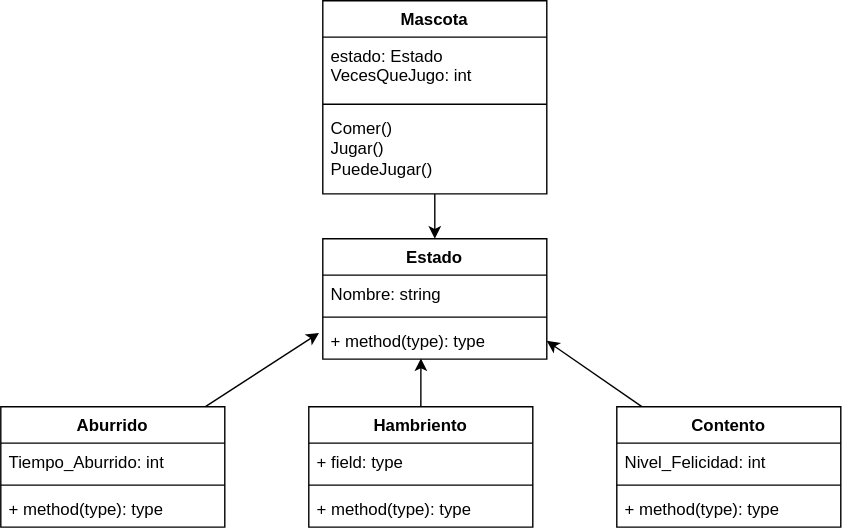
The draw.io diagram Biblioteca/diagrama.drawio.svg in LuzIbarra7/Laboratorio-5, before a commit. Source tidied: cells renumbered, new cells last; positions are measured from the earlier drawing's top-left corner, leaving out a move shared by most shapes.
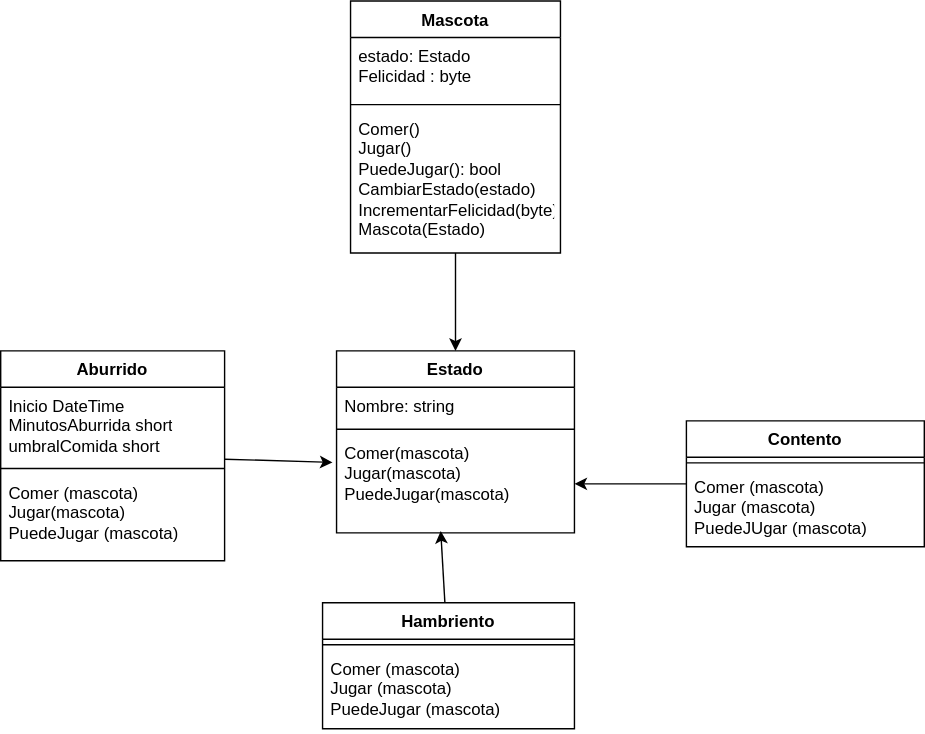
The same file after the commit.

Change to the diagram source:
```diff
@@ -6,67 +6,61 @@
       <mxGeometry relative="1" as="geometry" />
     </mxCell>
     <mxCell id="3" value="Mascota" style="swimlane;fontStyle=1;align=center;verticalAlign=top;horizontal=1;startSize=26;whiteSpace=wrap;html=1;" parent="1" vertex="1">
-      <mxGeometry x="230" width="160" height="138" as="geometry" />
+      <mxGeometry x="230" width="150" height="180" as="geometry" />
     </mxCell>
-    <mxCell id="4" value="estado: Estado&amp;nbsp;&lt;div&gt;VecesQueJugo: int&lt;/div&gt;" style="text;strokeColor=none;fillColor=none;align=left;verticalAlign=top;spacingLeft=4;spacingRight=4;overflow=hidden;whiteSpace=wrap;html=1;" parent="3" vertex="1">
-      <mxGeometry y="26" width="160" height="44" as="geometry" />
+    <mxCell id="4" value="estado: Estado&amp;nbsp;&lt;div&gt;Felicidad : byte&amp;nbsp;&lt;/div&gt;" style="text;strokeColor=none;fillColor=none;align=left;verticalAlign=top;spacingLeft=4;spacingRight=4;overflow=hidden;whiteSpace=wrap;html=1;" parent="3" vertex="1">
+      <mxGeometry y="26" width="150" height="44" as="geometry" />
     </mxCell>
     <mxCell id="5" style="line;strokeWidth=1;fillColor=none;align=left;verticalAlign=middle;spacingTop=-1;spacingLeft=3;spacingRight=3;labelPosition=right;strokeColor=inherit;" parent="3" vertex="1">
-      <mxGeometry y="70" width="160" height="8" as="geometry" />
+      <mxGeometry y="70" width="150" height="8" as="geometry" />
     </mxCell>
-    <mxCell id="6" value="Comer()&lt;div&gt;Jugar()&lt;br&gt;PuedeJugar()&lt;/div&gt;" style="text;strokeColor=none;fillColor=none;align=left;verticalAlign=top;spacingLeft=4;spacingRight=4;overflow=hidden;whiteSpace=wrap;html=1;" parent="3" vertex="1">
-      <mxGeometry y="78" width="160" height="60" as="geometry" />
+    <mxCell id="6" value="Comer()&lt;div&gt;Jugar()&lt;br&gt;PuedeJugar(): bool&lt;/div&gt;&lt;div&gt;CambiarEstado(estado)&lt;/div&gt;&lt;div&gt;IncrementarFelicidad(byte)&lt;/div&gt;&lt;div&gt;Mascota(Estado)&lt;/div&gt;" style="text;strokeColor=none;fillColor=none;align=left;verticalAlign=top;spacingLeft=4;spacingRight=4;overflow=hidden;whiteSpace=wrap;html=1;" parent="3" vertex="1">
+      <mxGeometry y="78" width="150" height="102" as="geometry" />
     </mxCell>
     <mxCell id="7" value="Estado" style="swimlane;fontStyle=1;align=center;verticalAlign=top;horizontal=1;startSize=26;whiteSpace=wrap;html=1;" parent="1" vertex="1">
-      <mxGeometry x="230" y="170" width="160" height="86" as="geometry" />
+      <mxGeometry x="220" y="250" width="170" height="130" as="geometry" />
     </mxCell>
     <mxCell id="8" value="Nombre: string" style="text;strokeColor=none;fillColor=none;align=left;verticalAlign=top;spacingLeft=4;spacingRight=4;overflow=hidden;whiteSpace=wrap;html=1;" parent="7" vertex="1">
-      <mxGeometry y="26" width="160" height="26" as="geometry" />
+      <mxGeometry y="26" width="170" height="26" as="geometry" />
     </mxCell>
     <mxCell id="9" style="line;strokeWidth=1;fillColor=none;align=left;verticalAlign=middle;spacingTop=-1;spacingLeft=3;spacingRight=3;labelPosition=right;strokeColor=inherit;" parent="7" vertex="1">
-      <mxGeometry y="52" width="160" height="8" as="geometry" />
+      <mxGeometry y="52" width="170" height="8" as="geometry" />
     </mxCell>
-    <mxCell id="10" value="+ method(type): type" style="text;strokeColor=none;fillColor=none;align=left;verticalAlign=top;spacingLeft=4;spacingRight=4;overflow=hidden;points=[[0,0.5],[1,0.5]];portConstraint=eastwest;whiteSpace=wrap;html=1;" parent="7" vertex="1">
-      <mxGeometry y="60" width="160" height="26" as="geometry" />
+    <mxCell id="10" value="Comer(mascota)&lt;div&gt;Jugar(mascota)&lt;/div&gt;&lt;div&gt;PuedeJugar(mascota)&lt;/div&gt;" style="text;strokeColor=none;fillColor=none;align=left;verticalAlign=top;spacingLeft=4;spacingRight=4;overflow=hidden;points=[[0,0.5],[1,0.5]];portConstraint=eastwest;whiteSpace=wrap;html=1;" parent="7" vertex="1">
+      <mxGeometry y="60" width="170" height="70" as="geometry" />
     </mxCell>
     <mxCell id="11" value="Hambriento" style="swimlane;fontStyle=1;align=center;verticalAlign=top;horizontal=1;startSize=26;whiteSpace=wrap;html=1;" parent="1" vertex="1">
-      <mxGeometry x="220" y="290" width="160" height="86" as="geometry" />
+      <mxGeometry x="210" y="430" width="180" height="90" as="geometry" />
     </mxCell>
-    <mxCell id="12" value="+ field: type" style="text;strokeColor=none;fillColor=none;align=left;verticalAlign=top;spacingLeft=4;spacingRight=4;overflow=hidden;whiteSpace=wrap;html=1;" parent="11" vertex="1">
-      <mxGeometry y="26" width="160" height="26" as="geometry" />
-    </mxCell>
     <mxCell id="13" style="line;strokeWidth=1;fillColor=none;align=left;verticalAlign=middle;spacingTop=-1;spacingLeft=3;spacingRight=3;labelPosition=right;strokeColor=inherit;" parent="11" vertex="1">
-      <mxGeometry y="52" width="160" height="8" as="geometry" />
+      <mxGeometry y="26" width="180" height="8" as="geometry" />
     </mxCell>
-    <mxCell id="14" value="+ method(type): type" style="text;strokeColor=none;fillColor=none;align=left;verticalAlign=top;spacingLeft=4;spacingRight=4;overflow=hidden;whiteSpace=wrap;html=1;" parent="11" vertex="1">
-      <mxGeometry y="60" width="160" height="26" as="geometry" />
+    <mxCell id="14" value="Comer (mascota)&lt;div&gt;Jugar (mascota)&lt;/div&gt;&lt;div&gt;PuedeJugar (mascota)&lt;/div&gt;" style="text;strokeColor=none;fillColor=none;align=left;verticalAlign=top;spacingLeft=4;spacingRight=4;overflow=hidden;whiteSpace=wrap;html=1;" parent="11" vertex="1">
+      <mxGeometry y="34" width="180" height="56" as="geometry" />
     </mxCell>
     <mxCell id="15" style="edgeStyle=none;html=1;entryX=1;entryY=0.5;entryDx=0;entryDy=0;" parent="1" edge="1" source="16" target="10">
       <mxGeometry relative="1" as="geometry" />
     </mxCell>
     <mxCell id="16" value="Contento" style="swimlane;fontStyle=1;align=center;verticalAlign=top;horizontal=1;startSize=26;whiteSpace=wrap;html=1;" parent="1" vertex="1">
-      <mxGeometry x="440" y="290" width="160" height="86" as="geometry" />
+      <mxGeometry x="470" y="300" width="170" height="90" as="geometry" />
     </mxCell>
-    <mxCell id="17" value="Nivel_Felicidad: int" style="text;strokeColor=none;fillColor=none;align=left;verticalAlign=top;spacingLeft=4;spacingRight=4;overflow=hidden;whiteSpace=wrap;html=1;" parent="16" vertex="1">
-      <mxGeometry y="26" width="160" height="26" as="geometry" />
-    </mxCell>
     <mxCell id="18" style="line;strokeWidth=1;fillColor=none;align=left;verticalAlign=middle;spacingTop=-1;spacingLeft=3;spacingRight=3;labelPosition=right;strokeColor=inherit;" parent="16" vertex="1">
-      <mxGeometry y="52" width="160" height="8" as="geometry" />
+      <mxGeometry y="26" width="170" height="8" as="geometry" />
     </mxCell>
-    <mxCell id="19" value="+ method(type): type" style="text;strokeColor=none;fillColor=none;align=left;verticalAlign=top;spacingLeft=4;spacingRight=4;overflow=hidden;whiteSpace=wrap;html=1;" parent="16" vertex="1">
-      <mxGeometry y="60" width="160" height="26" as="geometry" />
+    <mxCell id="19" value="&lt;span style=&quot;color: rgb(0, 0, 0);&quot;&gt;Comer (mascota)&lt;/span&gt;&lt;div style=&quot;scrollbar-color: light-dark(#e2e2e2, #4b4b4b)&lt;br/&gt;&#9;&#9;&#9;&#9;&#9;light-dark(#fbfbfb, var(--dark-panel-color));&quot;&gt;Jugar (mascota)&lt;/div&gt;&lt;div style=&quot;scrollbar-color: light-dark(#e2e2e2, #4b4b4b)&lt;br/&gt;&#9;&#9;&#9;&#9;&#9;light-dark(#fbfbfb, var(--dark-panel-color));&quot;&gt;PuedeJUgar (mascota)&lt;/div&gt;" style="text;strokeColor=none;fillColor=none;align=left;verticalAlign=top;spacingLeft=4;spacingRight=4;overflow=hidden;whiteSpace=wrap;html=1;" parent="16" vertex="1">
+      <mxGeometry y="34" width="170" height="56" as="geometry" />
     </mxCell>
     <mxCell id="20" value="Aburrido" style="swimlane;fontStyle=1;align=center;verticalAlign=top;horizontal=1;startSize=26;whiteSpace=wrap;html=1;" parent="1" vertex="1">
-      <mxGeometry y="290" width="160" height="86" as="geometry" />
+      <mxGeometry x="-20" y="250" width="160" height="150" as="geometry" />
     </mxCell>
-    <mxCell id="21" value="Tiempo_Aburrido: int" style="text;strokeColor=none;fillColor=none;align=left;verticalAlign=top;spacingLeft=4;spacingRight=4;overflow=hidden;whiteSpace=wrap;html=1;" parent="20" vertex="1">
-      <mxGeometry y="26" width="160" height="26" as="geometry" />
+    <mxCell id="21" value="Inicio DateTime&lt;div&gt;MinutosAburrida short&lt;/div&gt;&lt;div&gt;umbralComida short&amp;nbsp;&lt;/div&gt;" style="text;strokeColor=none;fillColor=none;align=left;verticalAlign=top;spacingLeft=4;spacingRight=4;overflow=hidden;whiteSpace=wrap;html=1;" parent="20" vertex="1">
+      <mxGeometry y="26" width="160" height="54" as="geometry" />
     </mxCell>
     <mxCell id="22" style="line;strokeWidth=1;fillColor=none;align=left;verticalAlign=middle;spacingTop=-1;spacingLeft=3;spacingRight=3;labelPosition=right;strokeColor=inherit;" parent="20" vertex="1">
-      <mxGeometry y="52" width="160" height="8" as="geometry" />
+      <mxGeometry y="80" width="160" height="8" as="geometry" />
     </mxCell>
-    <mxCell id="23" value="+ method(type): type" style="text;strokeColor=none;fillColor=none;align=left;verticalAlign=top;spacingLeft=4;spacingRight=4;overflow=hidden;whiteSpace=wrap;html=1;" parent="20" vertex="1">
-      <mxGeometry y="60" width="160" height="26" as="geometry" />
+    <mxCell id="23" value="Comer (mascota)&lt;div&gt;Jugar(mascota)&lt;/div&gt;&lt;div&gt;PuedeJugar (mascota)&lt;/div&gt;" style="text;strokeColor=none;fillColor=none;align=left;verticalAlign=top;spacingLeft=4;spacingRight=4;overflow=hidden;whiteSpace=wrap;html=1;" parent="20" vertex="1">
+      <mxGeometry y="88" width="160" height="62" as="geometry" />
     </mxCell>
     <mxCell id="24" style="edgeStyle=none;html=1;entryX=-0.017;entryY=0.281;entryDx=0;entryDy=0;entryPerimeter=0;" parent="1" edge="1" source="20" target="10">
       <mxGeometry relative="1" as="geometry" />
```
